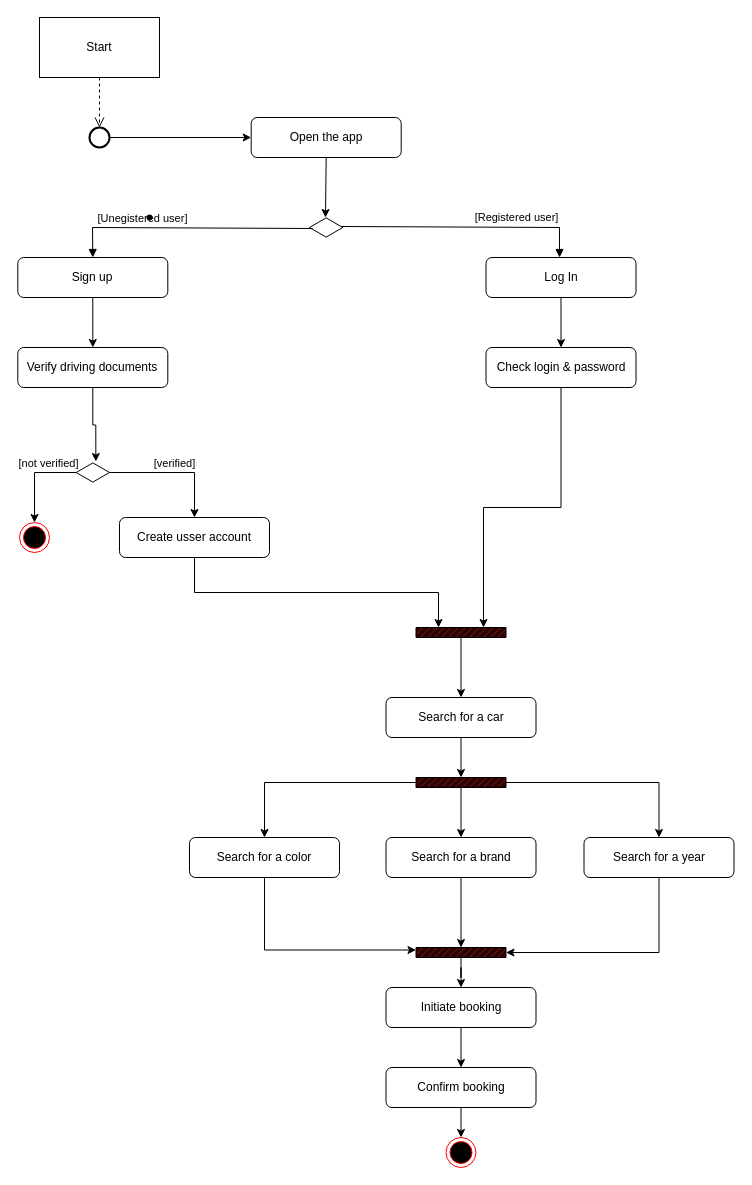
AbdullinaLR/UML keeps this draw.io diagram as Диаграмма деятельности.drawio. Above is the earlier version. Source tidied: cells renumbered, new cells numbered last; positions are measured from the earlier drawing's top-left corner, leaving out a move shared by most shapes. Both pictures are drawn from the tidied source at 100%, with x=0, y=0 at pixel (17, 17).
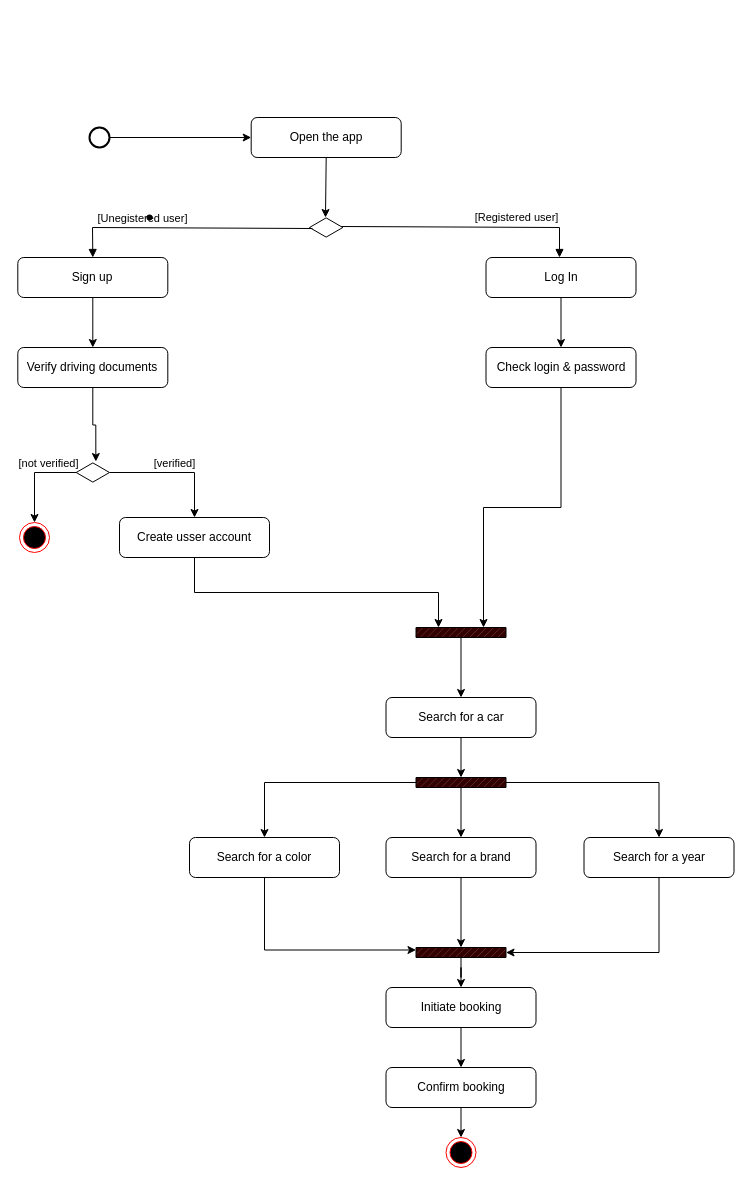
The same page after the edit.

The change refers to these unchanged cells:
```xml
<mxCell id="34" style="strokeWidth=2;html=1;shape=mxgraph.flowchart.start_2;whiteSpace=wrap;" parent="1" vertex="1">
  <mxGeometry x="72" y="110" width="20" height="20" as="geometry" />
</mxCell>
```

What changed in the source:
```diff
@@
-    <mxCell id="2" value="Start" style="rounded=0;whiteSpace=wrap;html=1;" parent="1" vertex="1">
-      <mxGeometry x="22" width="120" height="60" as="geometry" />
-    </mxCell>
@@
-    <mxCell id="35" style="html=1;verticalAlign=bottom;endArrow=open;dashed=1;endSize=8;curved=0;rounded=0;exitX=0.5;exitY=1;exitDx=0;exitDy=0;entryX=0.5;entryY=0;entryDx=0;entryDy=0;entryPerimeter=0;" parent="1" edge="1" source="2" target="34">
-      <mxGeometry relative="1" as="geometry" />
-    </mxCell>
```
